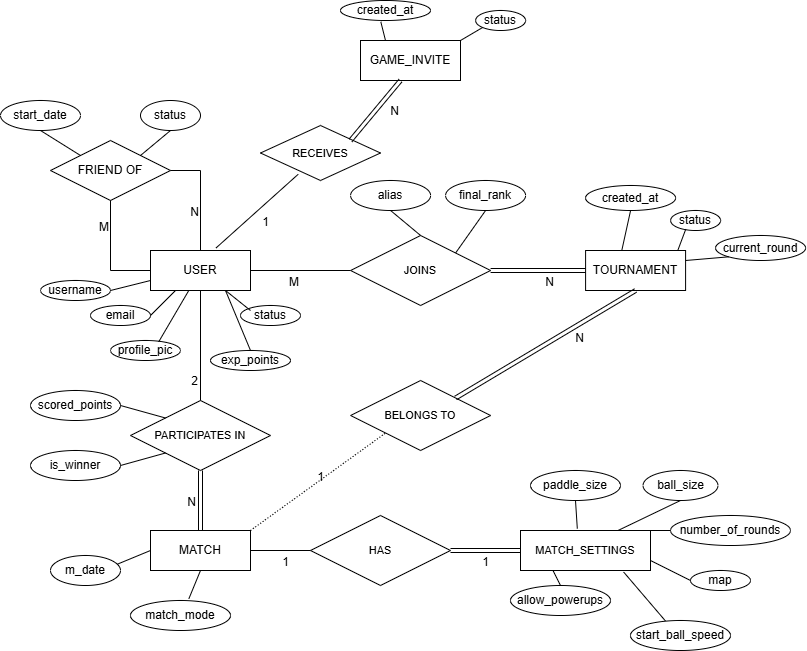
The draw.io diagram docs/architecture/ER_diagram.png in miguelsrmv/42Porto-Transcendence, before a commit. Source tidied: cells renumbered, new cells last; positions are measured from the earlier drawing's top-left corner, leaving out a move shared by most shapes.
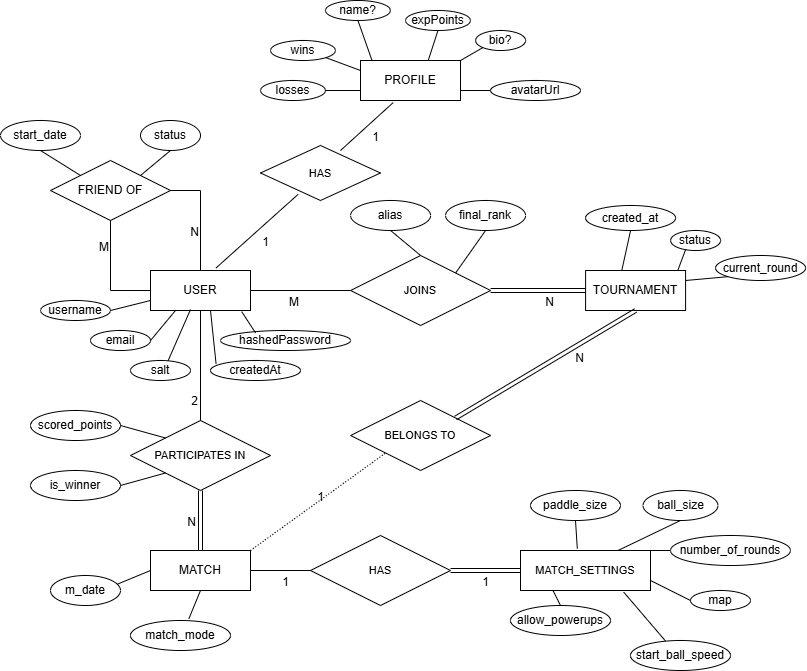
The same file after the commit.

Commit message:
Update: create Profile entity

The edit, as a diff of the source:
```diff
@@ -207,63 +207,41 @@
       <mxGeometry x="40" y="280" width="70" height="20" as="geometry" />
     </mxCell>
     <mxCell id="62" value="email" style="ellipse;whiteSpace=wrap;html=1;align=center;" parent="1" vertex="1">
-      <mxGeometry x="90" y="305" width="60" height="20" as="geometry" />
+      <mxGeometry x="90" y="310" width="60" height="20" as="geometry" />
     </mxCell>
-    <mxCell id="63" value="profile_pic" style="ellipse;whiteSpace=wrap;html=1;align=center;" parent="1" vertex="1">
-      <mxGeometry x="110" y="340" width="70" height="20" as="geometry" />
+    <mxCell id="63" value="avatarUrl" style="ellipse;whiteSpace=wrap;html=1;align=center;" parent="1" vertex="1">
+      <mxGeometry x="490.1" y="60" width="89.9" height="20" as="geometry" />
     </mxCell>
-    <mxCell id="64" value="exp_points" style="ellipse;whiteSpace=wrap;html=1;align=center;" parent="1" vertex="1">
-      <mxGeometry x="210" y="350" width="80" height="20" as="geometry" />
-    </mxCell>
-    <mxCell id="65" value="status" style="ellipse;whiteSpace=wrap;html=1;align=center;" parent="1" vertex="1">
-      <mxGeometry x="240" y="305" width="60" height="20" as="geometry" />
-    </mxCell>
-    <mxCell id="66" style="endArrow=none;html=1;rounded=0;" parent="1" edge="1" target="3">
-      <mxGeometry relative="1" as="geometry">
-        <mxPoint x="250" y="310" as="sourcePoint" />
-      </mxGeometry>
-    </mxCell>
-    <mxCell id="67" style="endArrow=none;html=1;rounded=0;exitX=0.5;exitY=0;exitDx=0;exitDy=0;entryX=0.75;entryY=1;entryDx=0;entryDy=0;" parent="1" edge="1" source="64" target="3">
-      <mxGeometry relative="1" as="geometry" />
-    </mxCell>
     <mxCell id="68" style="endArrow=none;html=1;rounded=0;entryX=0.25;entryY=1;entryDx=0;entryDy=0;exitX=1;exitY=0.5;exitDx=0;exitDy=0;" parent="1" edge="1" source="62" target="3">
       <mxGeometry relative="1" as="geometry" />
     </mxCell>
     <mxCell id="69" style="endArrow=none;html=1;rounded=0;exitX=1;exitY=0.5;exitDx=0;exitDy=0;entryX=0;entryY=0.75;entryDx=0;entryDy=0;" parent="1" edge="1" source="61" target="3">
       <mxGeometry relative="1" as="geometry" />
     </mxCell>
-    <mxCell id="70" style="endArrow=none;html=1;rounded=0;exitX=0.689;exitY=0.064;exitDx=0;exitDy=0;exitPerimeter=0;" parent="1" edge="1" source="63" target="3">
-      <mxGeometry relative="1" as="geometry" />
+    <mxCell id="70" style="endArrow=none;html=1;rounded=0;entryX=1;entryY=0.75;entryDx=0;entryDy=0;" parent="1" edge="1" target="71">
+      <mxGeometry relative="1" as="geometry">
+        <mxPoint x="490" y="70" as="sourcePoint" />
+      </mxGeometry>
     </mxCell>
-    <mxCell id="71" value="GAME_INVITE" style="whiteSpace=wrap;html=1;align=center;" parent="1" vertex="1">
+    <mxCell id="71" value="PROFILE" style="whiteSpace=wrap;html=1;align=center;" parent="1" vertex="1">
       <mxGeometry x="360" y="40" width="100" height="40" as="geometry" />
     </mxCell>
-    <mxCell id="72" value="&lt;span style=&quot;font-size: 11px;&quot;&gt;RECEIVES&lt;/span&gt;" style="shape=rhombus;perimeter=rhombusPerimeter;whiteSpace=wrap;html=1;align=center;" parent="1" vertex="1">
+    <mxCell id="72" value="&lt;span style=&quot;font-size: 11px;&quot;&gt;HAS&lt;/span&gt;" style="shape=rhombus;perimeter=rhombusPerimeter;whiteSpace=wrap;html=1;align=center;" parent="1" vertex="1">
       <mxGeometry x="260" y="125" width="120" height="55" as="geometry" />
     </mxCell>
     <mxCell id="73" style="endArrow=none;html=1;rounded=0;entryX=0.314;entryY=0.887;entryDx=0;entryDy=0;exitX=0.656;exitY=-0.065;exitDx=0;exitDy=0;exitPerimeter=0;entryPerimeter=0;" parent="1" edge="1" source="3" target="72">
       <mxGeometry relative="1" as="geometry" />
     </mxCell>
-    <mxCell id="74" style="shape=link;html=1;rounded=0;entryX=0.4;entryY=1;entryDx=0;entryDy=0;entryPerimeter=0;" parent="1" edge="1" target="71">
-      <mxGeometry relative="1" as="geometry">
-        <mxPoint x="350" y="140" as="sourcePoint" />
-      </mxGeometry>
-    </mxCell>
-    <mxCell id="75" value="N" style="html=1;whiteSpace=wrap;align=right;verticalAlign=bottom;" parent="74" vertex="1">
-      <mxGeometry x="1" relative="1" as="geometry">
-        <mxPoint y="39" as="offset" />
-      </mxGeometry>
-    </mxCell>
     <mxCell id="76" value="1" style="html=1;whiteSpace=wrap;align=right;verticalAlign=bottom;" parent="1" vertex="1">
       <mxGeometry x="270" y="230" as="geometry" />
     </mxCell>
-    <mxCell id="77" value="status" style="ellipse;whiteSpace=wrap;html=1;align=center;" parent="1" vertex="1">
+    <mxCell id="77" value="bio?" style="ellipse;whiteSpace=wrap;html=1;align=center;" parent="1" vertex="1">
       <mxGeometry x="475.1" y="10" width="50" height="20" as="geometry" />
     </mxCell>
-    <mxCell id="78" value="created_at" style="ellipse;whiteSpace=wrap;html=1;align=center;" parent="1" vertex="1">
-      <mxGeometry x="340" width="90" height="20" as="geometry" />
+    <mxCell id="78" value="hashedPassword" style="ellipse;whiteSpace=wrap;html=1;align=center;" parent="1" vertex="1">
+      <mxGeometry x="220.1" y="310" width="130" height="20" as="geometry" />
     </mxCell>
-    <mxCell id="79" style="endArrow=none;html=1;rounded=0;exitX=0.448;exitY=1.066;exitDx=0;exitDy=0;exitPerimeter=0;entryX=0.25;entryY=0;entryDx=0;entryDy=0;" parent="1" edge="1" source="78" target="71">
+    <mxCell id="79" style="endArrow=none;html=1;rounded=0;exitX=0.269;exitY=0.123;exitDx=0;exitDy=0;exitPerimeter=0;entryX=0.912;entryY=1.028;entryDx=0;entryDy=0;entryPerimeter=0;" parent="1" edge="1" source="78" target="3">
       <mxGeometry relative="1" as="geometry" />
     </mxCell>
     <mxCell id="80" style="endArrow=none;html=1;rounded=0;exitX=0;exitY=1;exitDx=0;exitDy=0;entryX=1;entryY=0;entryDx=0;entryDy=0;" parent="1" edge="1" source="77" target="71">
@@ -281,5 +259,49 @@
     <mxCell id="84" style="endArrow=none;html=1;rounded=0;entryX=0.5;entryY=1;entryDx=0;entryDy=0;exitX=0.437;exitY=-0.046;exitDx=0;exitDy=0;exitPerimeter=0;" parent="1" edge="1" source="4" target="83">
       <mxGeometry relative="1" as="geometry" />
     </mxCell>
+    <mxCell id="85" value="salt" style="ellipse;whiteSpace=wrap;html=1;align=center;" parent="1" vertex="1">
+      <mxGeometry x="130" y="340" width="60" height="20" as="geometry" />
+    </mxCell>
+    <mxCell id="86" style="endArrow=none;html=1;rounded=0;entryX=0.4;entryY=0.975;entryDx=0;entryDy=0;entryPerimeter=0;exitX=0.627;exitY=0.01;exitDx=0;exitDy=0;exitPerimeter=0;" parent="1" edge="1" source="85" target="3">
+      <mxGeometry relative="1" as="geometry" />
+    </mxCell>
+    <mxCell id="87" value="name?" style="ellipse;whiteSpace=wrap;html=1;align=center;" parent="1" vertex="1">
+      <mxGeometry x="325" y="-20" width="65" height="20" as="geometry" />
+    </mxCell>
+    <mxCell id="88" value="wins" style="ellipse;whiteSpace=wrap;html=1;align=center;" parent="1" vertex="1">
+      <mxGeometry x="270" y="20" width="65" height="20" as="geometry" />
+    </mxCell>
+    <mxCell id="89" value="losses" style="ellipse;whiteSpace=wrap;html=1;align=center;" parent="1" vertex="1">
+      <mxGeometry x="260" y="60" width="65" height="20" as="geometry" />
+    </mxCell>
+    <mxCell id="90" value="expPoints" style="ellipse;whiteSpace=wrap;html=1;align=center;" parent="1" vertex="1">
+      <mxGeometry x="405" y="-10" width="65" height="20" as="geometry" />
+    </mxCell>
+    <mxCell id="91" style="endArrow=none;html=1;rounded=0;entryX=0.5;entryY=1;entryDx=0;entryDy=0;exitX=0.113;exitY=-0.015;exitDx=0;exitDy=0;exitPerimeter=0;" parent="1" edge="1" source="71" target="87">
+      <mxGeometry relative="1" as="geometry" />
+    </mxCell>
+    <mxCell id="92" style="endArrow=none;html=1;rounded=0;entryX=0.5;entryY=1;entryDx=0;entryDy=0;exitX=0.679;exitY=-0.015;exitDx=0;exitDy=0;exitPerimeter=0;" parent="1" edge="1" source="71" target="90">
+      <mxGeometry relative="1" as="geometry" />
+    </mxCell>
+    <mxCell id="93" style="endArrow=none;html=1;rounded=0;entryX=1;entryY=1;entryDx=0;entryDy=0;exitX=0;exitY=0.25;exitDx=0;exitDy=0;" parent="1" edge="1" source="71" target="88">
+      <mxGeometry relative="1" as="geometry" />
+    </mxCell>
+    <mxCell id="94" style="endArrow=none;html=1;rounded=0;entryX=1;entryY=0.5;entryDx=0;entryDy=0;exitX=0;exitY=0.75;exitDx=0;exitDy=0;" parent="1" edge="1" source="71" target="89">
+      <mxGeometry relative="1" as="geometry" />
+    </mxCell>
+    <mxCell id="95" value="createdAt" style="ellipse;whiteSpace=wrap;html=1;align=center;" parent="1" vertex="1">
+      <mxGeometry x="210" y="340" width="90" height="20" as="geometry" />
+    </mxCell>
+    <mxCell id="96" style="endArrow=none;html=1;rounded=0;exitX=0.062;exitY=0.17;exitDx=0;exitDy=0;exitPerimeter=0;entryX=0.6;entryY=1;entryDx=0;entryDy=0;entryPerimeter=0;" parent="1" edge="1" source="95" target="3">
+      <mxGeometry relative="1" as="geometry" />
+    </mxCell>
+    <mxCell id="97" style="endArrow=none;html=1;rounded=0;entryX=0.327;entryY=1.052;entryDx=0;entryDy=0;entryPerimeter=0;" parent="1" edge="1" target="71">
+      <mxGeometry relative="1" as="geometry">
+        <mxPoint x="340" y="130" as="sourcePoint" />
+      </mxGeometry>
+    </mxCell>
+    <mxCell id="98" value="1" style="html=1;whiteSpace=wrap;align=right;verticalAlign=bottom;" parent="1" vertex="1">
+      <mxGeometry x="380" y="125" as="geometry" />
+    </mxCell>
   </root>
 </mxGraphModel>
```
